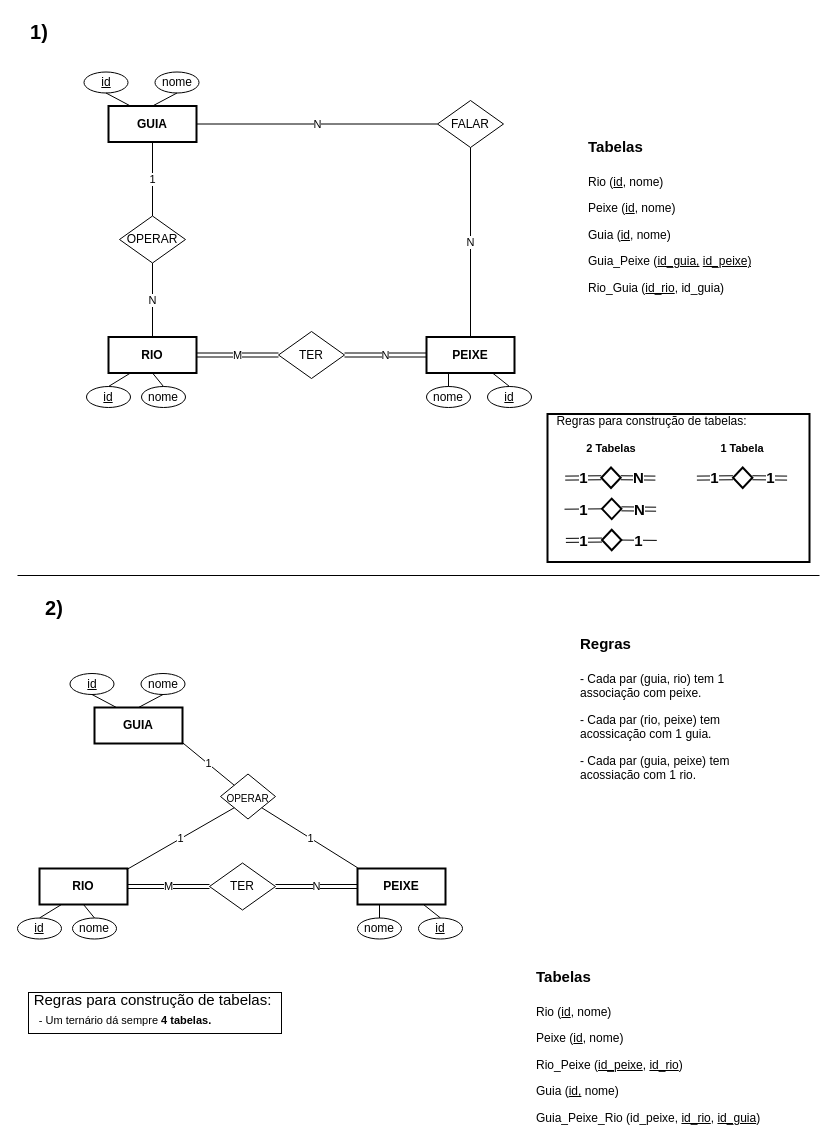
The draw.io diagram 2019/Teoricas/exercicio.drawio in TiagoCaetanoPT/Base-Dados, before the edit. Source tidied: cells renumbered, new cells numbered last; positions are measured from the earlier drawing's top-left corner, leaving out a move shared by most shapes. Both pictures are drawn from the tidied source at 100%, with x=0, y=0 at pixel (17, 17).
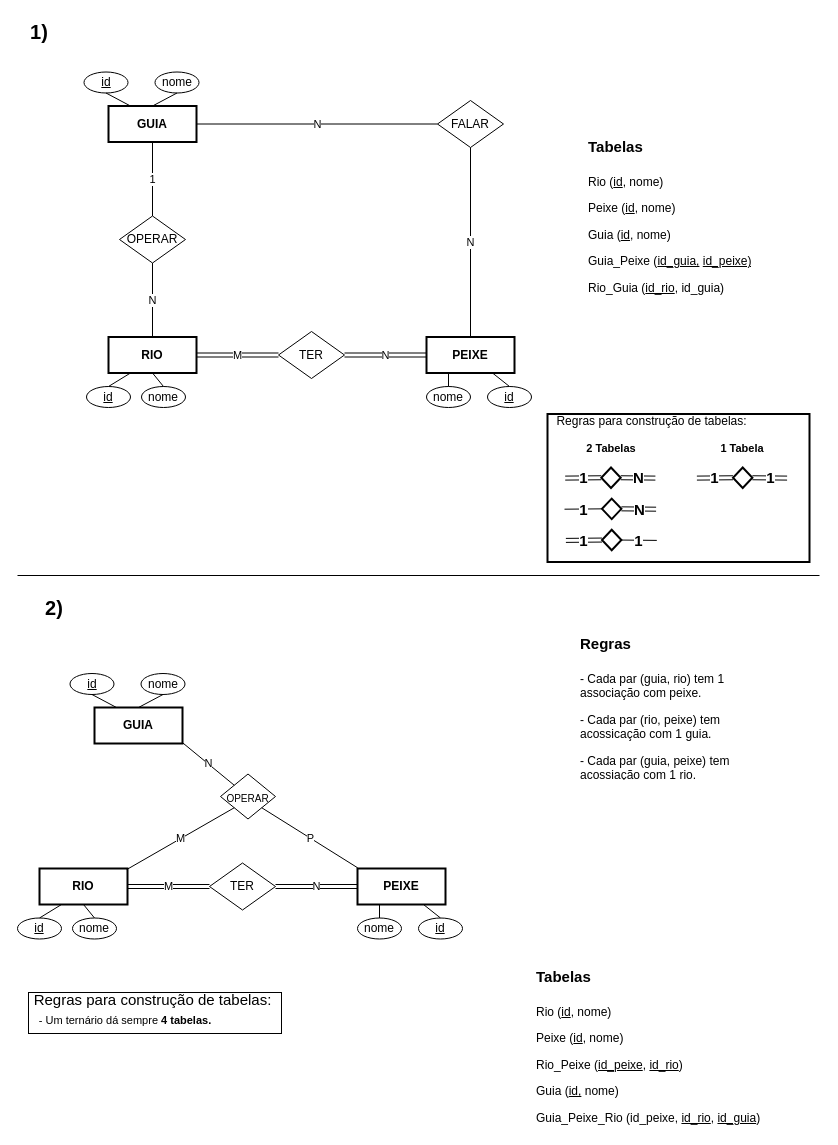
The same page after the edit.

Unchanged cells that the change refers to:
```xml
<mxCell id="45" value="&lt;b&gt;GUIA&lt;/b&gt;" style="rounded=0;whiteSpace=wrap;html=1;strokeWidth=2;" parent="1" vertex="1">
  <mxGeometry x="77" y="690" width="88" height="36" as="geometry" />
</mxCell>
<mxCell id="46" value="&lt;b&gt;PEIXE&lt;/b&gt;" style="rounded=0;whiteSpace=wrap;html=1;strokeWidth=2;" parent="1" vertex="1">
  <mxGeometry x="340" y="851" width="88" height="36" as="geometry" />
</mxCell>
<mxCell id="47" value="&lt;b&gt;RIO&lt;/b&gt;" style="rounded=0;whiteSpace=wrap;html=1;strokeWidth=2;" parent="1" vertex="1">
  <mxGeometry x="22" y="851" width="88" height="36" as="geometry" />
</mxCell>
<mxCell id="64" value="&lt;font size=&quot;1&quot;&gt;OPERAR&lt;/font&gt;" style="rhombus;whiteSpace=wrap;html=1;strokeWidth=1;fontSize=15;" parent="1" vertex="1">
  <mxGeometry x="203" y="756.5" width="55" height="45" as="geometry" />
</mxCell>
```

What changed in the source:
```diff
@@
-    <mxCell id="65" value="1" style="endArrow=none;html=1;fontSize=11;entryX=0;entryY=0;entryDx=0;entryDy=0;exitX=1.002;exitY=0.981;exitDx=0;exitDy=0;exitPerimeter=0;" parent="1" edge="1" source="45" target="64">
+    <mxCell id="65" value="N" style="endArrow=none;html=1;fontSize=11;entryX=0;entryY=0;entryDx=0;entryDy=0;exitX=1.002;exitY=0.981;exitDx=0;exitDy=0;exitPerimeter=0;" parent="1" edge="1" source="45" target="64">
       <mxGeometry relative="1" as="geometry" />
     </mxCell>
-    <mxCell id="66" value="1" style="endArrow=none;html=1;fontSize=11;entryX=0.002;entryY=-0.019;entryDx=0;entryDy=0;exitX=1;exitY=1;exitDx=0;exitDy=0;entryPerimeter=0;" parent="1" edge="1" source="64" target="46">
+    <mxCell id="66" value="P" style="endArrow=none;html=1;fontSize=11;entryX=0.002;entryY=-0.019;entryDx=0;entryDy=0;exitX=1;exitY=1;exitDx=0;exitDy=0;entryPerimeter=0;" parent="1" edge="1" source="64" target="46">
       <mxGeometry relative="1" as="geometry" />
     </mxCell>
-    <mxCell id="67" value="1" style="endArrow=none;html=1;fontSize=11;entryX=0.992;entryY=0.028;entryDx=0;entryDy=0;exitX=0;exitY=1;exitDx=0;exitDy=0;entryPerimeter=0;" parent="1" edge="1" source="64" target="47">
+    <mxCell id="67" value="M" style="endArrow=none;html=1;fontSize=11;entryX=0.992;entryY=0.028;entryDx=0;entryDy=0;exitX=0;exitY=1;exitDx=0;exitDy=0;entryPerimeter=0;" parent="1" edge="1" source="64" target="47">
       <mxGeometry relative="1" as="geometry" />
     </mxCell>
```
